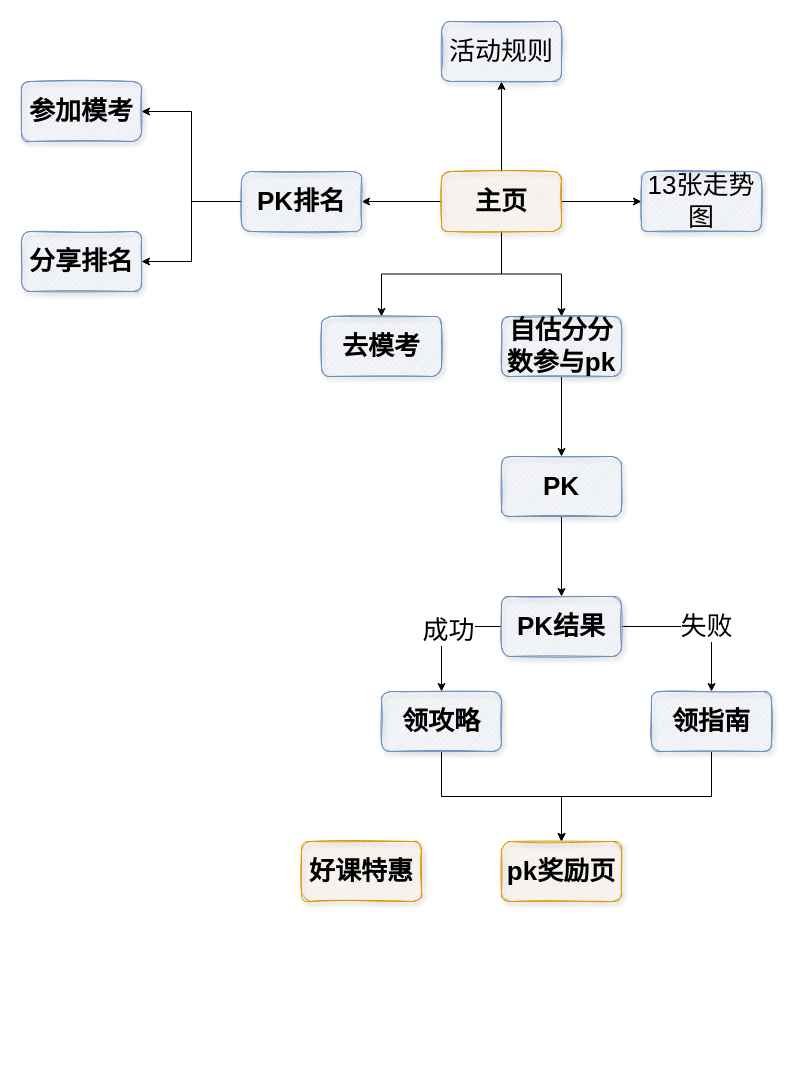
Above: 模考.drawio in me-Minion/draw (draw.io), before the change. Source tidied: cells renumbered, new cells numbered last; positions are measured from the earlier drawing's top-left corner, leaving out a move shared by most shapes. Both pictures are drawn from the tidied source at 100%, with x=0, y=0 at pixel (21, 21).
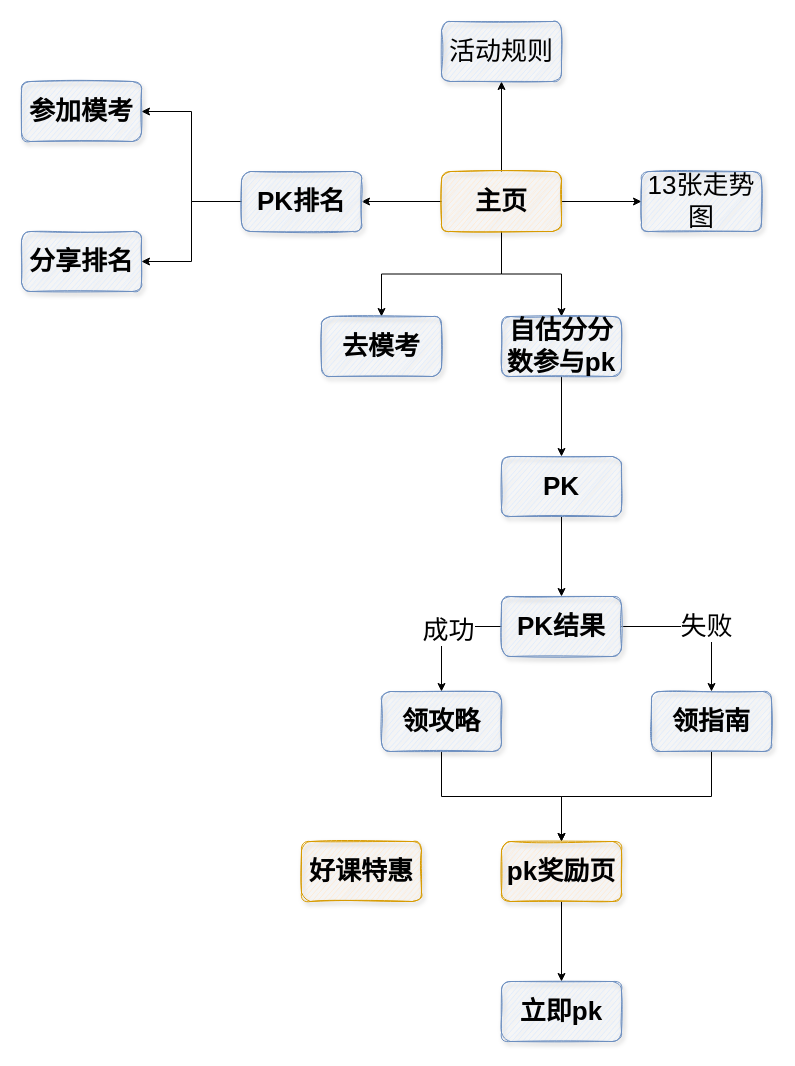
Above is the later version.

Unchanged cells that the change refers to:
```xml
<mxCell id="29" value="pk奖励页" style="rounded=1;whiteSpace=wrap;html=1;fontSize=26;fontStyle=1;fillColor=#ffe6cc;strokeColor=#d79b00;glass=0;shadow=1;sketch=1;" parent="1" vertex="1">
  <mxGeometry x="480" y="820" width="120" height="60" as="geometry" />
</mxCell>
```

The edit, as a diff of the source:
```diff
@@
+    <mxCell id="31" style="edgeStyle=orthogonalEdgeStyle;rounded=0;jettySize=auto;html=1;fontSize=26;" parent="1" edge="1" source="29" target="32">
+      <mxGeometry relative="1" as="geometry" />
+    </mxCell>
@@
+    <mxCell id="32" value="立即pk" style="rounded=1;whiteSpace=wrap;html=1;fontSize=26;fontStyle=1;fillColor=#dae8fc;strokeColor=#6c8ebf;glass=0;shadow=1;sketch=1;" parent="1" vertex="1">
+      <mxGeometry x="480" y="960" width="120" height="60" as="geometry" />
+    </mxCell>
```
